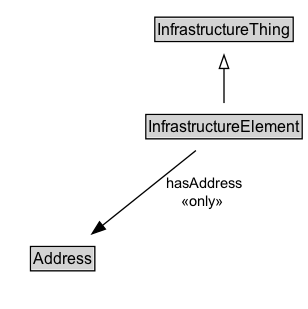
ISO-TC204/ontology-cdm-p2-v1 keeps this Graphviz diagram as docs/diagrams/InfrastructureElement.dot.png. Above is the earlier version. Its source is kept beside it as docs/diagrams/InfrastructureElement.dot.
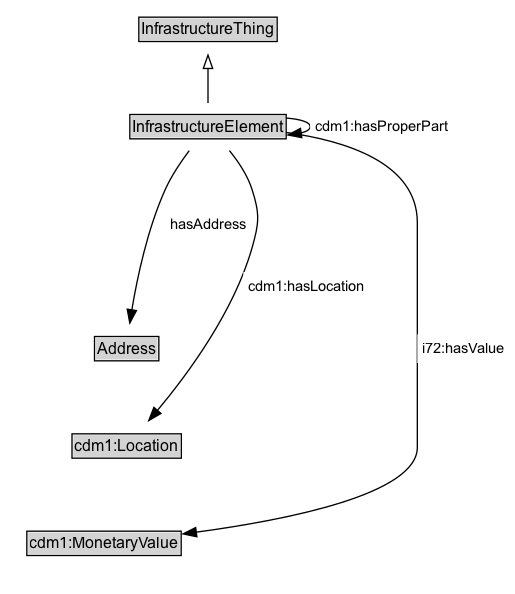
The same file after the commit.

What changed in the source:
```diff
@@ -3,18 +3,31 @@
 	node [fontname=Arial fontsize=12 margin=0 shape=none]
 	edge [fontname=Arial fontsize=11]
 	{
+		rank=source
+		InfrastructureThing [label=<<TABLE BORDER="1" CELLBORDER="0" CELLSPACING="0" CELLPADDING="1"><TR><TD BGCOLOR="lightgray" ALIGN="CENTER">InfrastructureThing</TD></TR></TABLE>> URL="../InfrastructureThing" margin=0]
+	}
+	InfrastructureElement [label=<<TABLE BORDER="1" CELLBORDER="0" CELLSPACING="0" CELLPADDING="1"><TR><TD BGCOLOR="lightgray" ALIGN="CENTER">InfrastructureElement</TD></TR><TR><TD ALIGN="LEFT">cdm1:hasDescription : xsd:string</TD></TR><TR><TD ALIGN="LEFT">cdm1:hasIdentifier : xsd:string</TD></TR><TR><TD ALIGN="LEFT">cdm1:hasName : xsd:string</TD></TR></TABLE>> URL="../InfrastructureElement" margin=0]
+	{
 		rank=max
-		InfrastructureElement [label=<<TABLE BORDER="1" CELLBORDER="0" CELLSPACING="0" CELLPADDING="1"><TR><TD BGCOLOR="lightgray" ALIGN="CENTER" PORT="e">InfrastructureElement</TD></TR></TABLE>> URL="../InfrastructureElement.md" margin=0]
 	}
 	subgraph cluster_associated {
 		label="" style=invis
 		Invis [label=<<TABLE BORDER="0" CELLBORDER="0" CELLSPACING="0" CELLPADDING="1"><TR><TD></TD></TR></TABLE>> margin=0 style=invis]
-		Address [label=<<TABLE BORDER="1" CELLBORDER="0" CELLSPACING="0" CELLPADDING="1"><TR><TD BGCOLOR="lightgray" ALIGN="CENTER">Address</TD></TR></TABLE>> URL="../Address.md" margin=0]
+		Address [label=<<TABLE BORDER="1" CELLBORDER="0" CELLSPACING="0" CELLPADDING="1"><TR><TD BGCOLOR="lightgray" ALIGN="CENTER">Address</TD></TR></TABLE>> URL="../Address" margin=0]
+		cdm1_Location [label=<<TABLE BORDER="1" CELLBORDER="0" CELLSPACING="0" CELLPADDING="1"><TR><TD BGCOLOR="lightgray" ALIGN="CENTER">cdm1:Location</TD></TR></TABLE>> URL="https://w3id.org/citydata/part1/v1/Location" margin=0]
+		cdm1_MonetaryValue [label=<<TABLE BORDER="1" CELLBORDER="0" CELLSPACING="0" CELLPADDING="1"><TR><TD BGCOLOR="lightgray" ALIGN="CENTER">cdm1:MonetaryValue</TD></TR></TABLE>> URL="https://w3id.org/citydata/part1/v1/MonetaryValue" margin=0]
 	}
-	InfrastructureThing [label=<<TABLE BORDER="1" CELLBORDER="0" CELLSPACING="0" CELLPADDING="1"><TR><TD BGCOLOR="lightgray" ALIGN="CENTER">InfrastructureThing</TD></TR></TABLE>> URL="../InfrastructureThing.md" margin=0]
 	InfrastructureElement -> InfrastructureThing [arrowhead=onormal style=solid]
 	InfrastructureElement -> Invis [style=invis]
 	Invis -> Address [style=invis]
-	InfrastructureElement -> Address [label=" hasAddress
- «only»  " arrowhead=normal style=solid]
+	Address -> cdm1_Location [style=invis]
+	cdm1_Location -> cdm1_MonetaryValue [style=invis]
+	cdm1_MonetaryValue [label=<<TABLE BORDER="1" CELLBORDER="0" CELLSPACING="0" CELLPADDING="1"><TR><TD BGCOLOR="lightgray" ALIGN="CENTER">cdm1:MonetaryValue</TD></TR></TABLE>> URL="https://w3id.org/citydata/part1/v1/MonetaryValue" margin=0]
+	InfrastructureElement -> cdm1_MonetaryValue [label=<<TABLE BORDER="0" CELLBORDER="0" CELLSPACING="0" CELLPADDING="4" BGCOLOR="white"><TR><TD ALIGN="CENTER">i72:hasValue</TD></TR></TABLE>> arrowhead=normal style=solid]
+	Address [label=<<TABLE BORDER="1" CELLBORDER="0" CELLSPACING="0" CELLPADDING="1"><TR><TD BGCOLOR="lightgray" ALIGN="CENTER">Address</TD></TR></TABLE>> URL="../Address" margin=0]
+	InfrastructureElement -> Address [label=<<TABLE BORDER="0" CELLBORDER="0" CELLSPACING="0" CELLPADDING="4" BGCOLOR="white"><TR><TD ALIGN="CENTER">hasAddress</TD></TR></TABLE>> arrowhead=normal style=solid]
+	cdm1_Location [label=<<TABLE BORDER="1" CELLBORDER="0" CELLSPACING="0" CELLPADDING="1"><TR><TD BGCOLOR="lightgray" ALIGN="CENTER">cdm1:Location</TD></TR></TABLE>> URL="https://w3id.org/citydata/part1/v1/Location" margin=0]
+	InfrastructureElement -> cdm1_Location [label=<<TABLE BORDER="0" CELLBORDER="0" CELLSPACING="0" CELLPADDING="4" BGCOLOR="white"><TR><TD ALIGN="CENTER">cdm1:hasLocation</TD></TR></TABLE>> arrowhead=normal style=solid]
+	InfrastructureElement [label=<<TABLE BORDER="1" CELLBORDER="0" CELLSPACING="0" CELLPADDING="1"><TR><TD BGCOLOR="lightgray" ALIGN="CENTER">InfrastructureElement</TD></TR></TABLE>> URL="../InfrastructureElement" margin=0]
+	InfrastructureElement -> InfrastructureElement [label=<<TABLE BORDER="0" CELLBORDER="0" CELLSPACING="0" CELLPADDING="4" BGCOLOR="white"><TR><TD ALIGN="CENTER">cdm1:hasProperPart</TD></TR></TABLE>> arrowhead=normal style=solid]
 }
```
